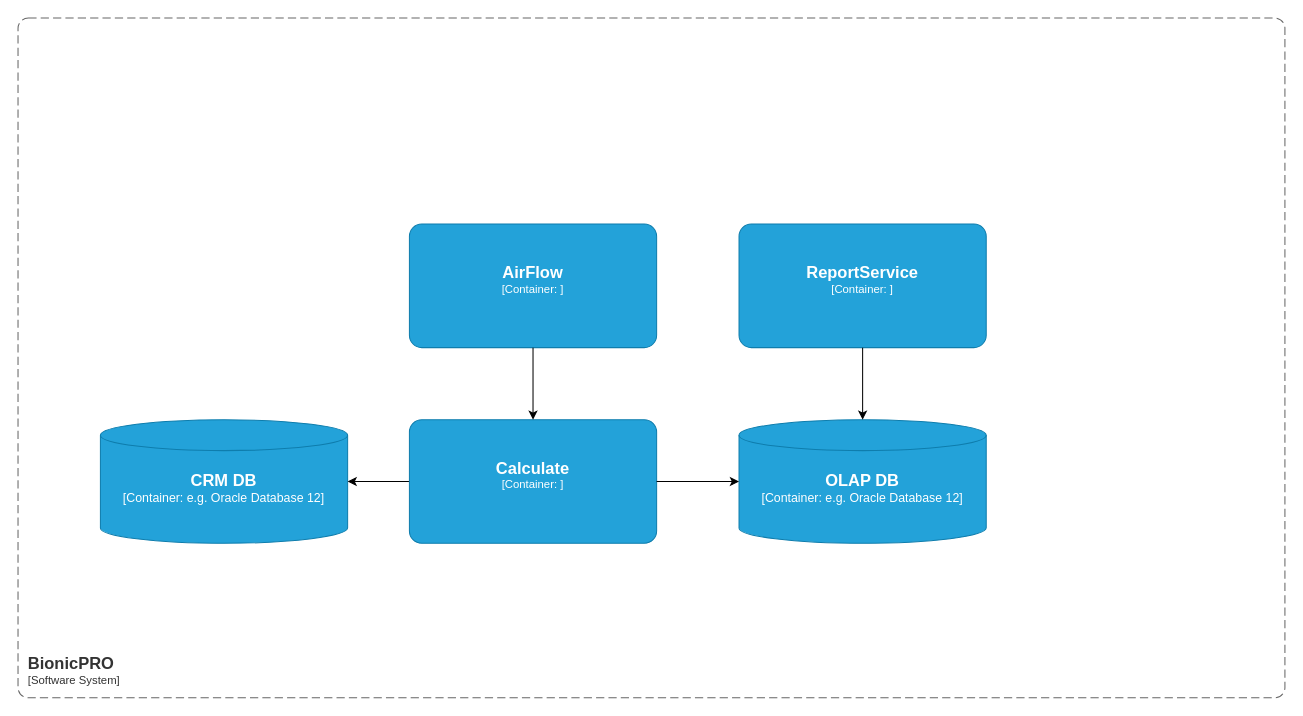
Before: task2/olap.drawio in OlgaLotka/architecture-bionicpro, a draw.io diagram. Source tidied: cells renumbered, new cells numbered last; positions are measured from the earlier drawing's top-left corner, leaving out a move shared by most shapes. Both pictures are drawn from the tidied source at 103%, with x=0, y=0 at pixel (18, 18).
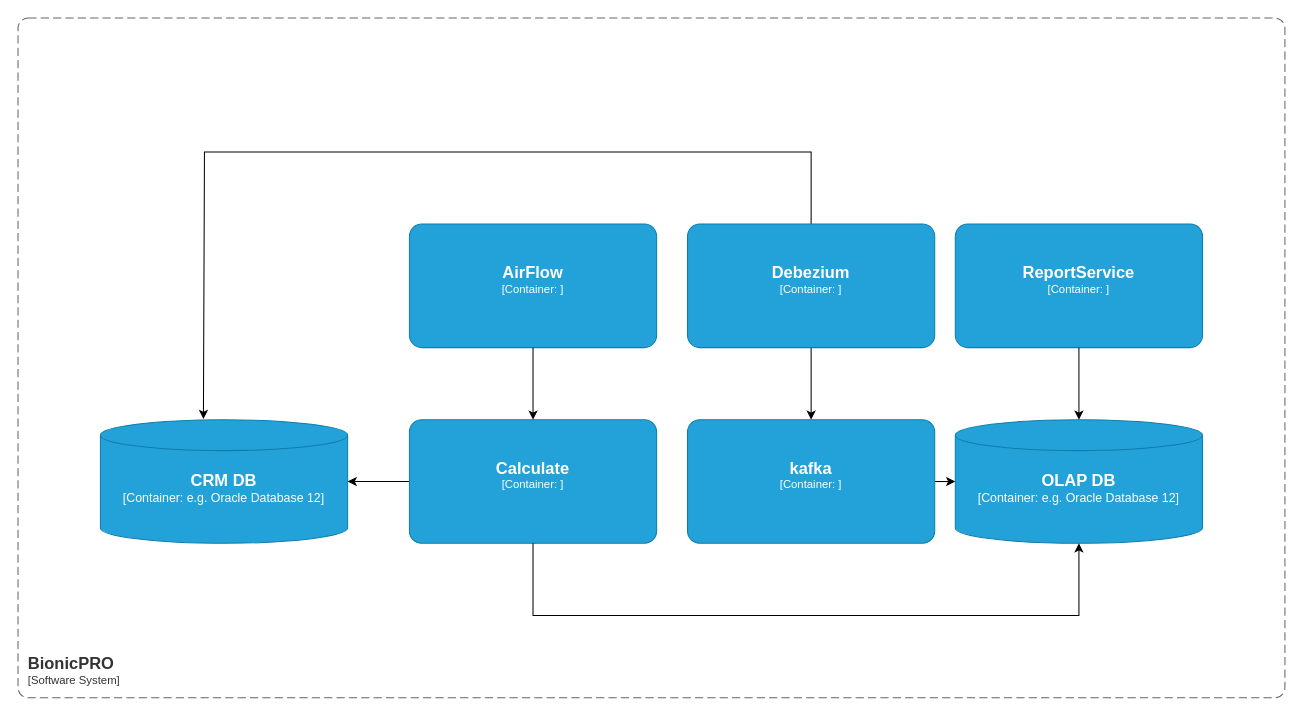
The same page after the edit.

Unchanged cells that the change refers to:
```xml
<object id="5" label="&lt;font style=&quot;font-size: 16px&quot;&gt;&lt;b&gt;%c4Name%&lt;/b&gt;&lt;/font&gt;&lt;div&gt;[%c4Type%: %c4Technology%]&lt;/div&gt;&lt;br&gt;&lt;div&gt;&lt;font style=&quot;font-size: 11px&quot;&gt;&lt;font color=&quot;#E6E6E6&quot;&gt;%c4Description%&lt;/font&gt;&lt;/div&gt;" c4Description="" c4Name="Calculate" c4Technology="" c4Type="Container" placeholders="1">
  <mxCell style="rounded=1;whiteSpace=wrap;html=1;fontSize=11;labelBackgroundColor=none;fillColor=#23A2D9;fontColor=#ffffff;align=center;arcSize=10;strokeColor=#0E7DAD;points=[[0.25,0,0],[0.5,0,0],[0.75,0,0],[1,0.25,0],[1,0.5,0],[1,0.75,0],[0.75,1,0],[0.5,1,0],[0.25,1,0],[0,0.75,0],[0,0.5,0],[0,0.25,0]];" parent="1" vertex="1">
    <mxGeometry x="380" y="390" width="240" height="120" as="geometry" />
  </mxCell>
</object>
```

Change to the diagram source:
```diff
@@
     <object id="7" label="&lt;font style=&quot;font-size: 16px&quot;&gt;&lt;b&gt;%c4Name%&lt;/b&gt;&lt;/font&gt;&lt;div&gt;[%c4Type%:&amp;nbsp;%c4Technology%]&lt;/div&gt;&lt;br&gt;&lt;div&gt;&lt;font style=&quot;font-size: 11px&quot;&gt;&lt;font color=&quot;#E6E6E6&quot;&gt;%c4Description%&lt;/font&gt;&lt;/div&gt;" c4Description="" c4Name="OLAP DB" c4Technology="e.g. Oracle Database 12" c4Type="Container" placeholders="1">
       <mxCell style="shape=cylinder3;size=15;whiteSpace=wrap;html=1;boundedLbl=1;rounded=0;labelBackgroundColor=none;fillColor=#23A2D9;fontSize=12;fontColor=#ffffff;align=center;strokeColor=#0E7DAD;points=[[0.5,0,0],[1,0.25,0],[1,0.5,0],[1,0.75,0],[0.5,1,0],[0,0.75,0],[0,0.5,0],[0,0.25,0]];" parent="1" vertex="1">
-        <mxGeometry x="700" y="390" width="240" height="120" as="geometry" />
+        <mxGeometry x="910" y="390" width="240" height="120" as="geometry" />
       </mxCell>
     </object>
     <object id="8" label="&lt;font style=&quot;font-size: 16px&quot;&gt;&lt;b&gt;%c4Name%&lt;/b&gt;&lt;/font&gt;&lt;div&gt;[%c4Type%: %c4Technology%]&lt;/div&gt;&lt;br&gt;&lt;div&gt;&lt;font style=&quot;font-size: 11px&quot;&gt;&lt;font color=&quot;#E6E6E6&quot;&gt;%c4Description%&lt;/font&gt;&lt;/div&gt;" c4Description="" c4Name="ReportService" c4Technology="" c4Type="Container" placeholders="1">
       <mxCell style="rounded=1;whiteSpace=wrap;html=1;fontSize=11;labelBackgroundColor=none;fillColor=#23A2D9;fontColor=#ffffff;align=center;arcSize=10;strokeColor=#0E7DAD;points=[[0.25,0,0],[0.5,0,0],[0.75,0,0],[1,0.25,0],[1,0.5,0],[1,0.75,0],[0.75,1,0],[0.5,1,0],[0.25,1,0],[0,0.75,0],[0,0.5,0],[0,0.25,0]];" parent="1" vertex="1">
-        <mxGeometry x="700" y="200" width="240" height="120" as="geometry" />
+        <mxGeometry x="910" y="200" width="240" height="120" as="geometry" />
       </mxCell>
     </object>
@@
-    <mxCell id="11" style="edgeStyle=orthogonalEdgeStyle;rounded=0;jettySize=auto;html=1;entryX=0;entryY=0.5;entryDx=0;entryDy=0;entryPerimeter=0;" parent="1" edge="1" source="5" target="7">
-      <mxGeometry relative="1" as="geometry" />
+    <mxCell id="11" style="edgeStyle=orthogonalEdgeStyle;rounded=0;jettySize=auto;html=1;entryX=0.5;entryY=1;entryDx=0;entryDy=0;entryPerimeter=0;exitX=0.5;exitY=1;exitDx=0;exitDy=0;exitPerimeter=0;" parent="1" edge="1" source="5" target="7">
+      <mxGeometry relative="1" as="geometry">
+        <Array as="points">
+          <mxPoint x="500" y="580" />
+          <mxPoint x="1030" y="580" />
+        </Array>
+      </mxGeometry>
     </mxCell>
+    <mxCell id="12" style="edgeStyle=orthogonalEdgeStyle;rounded=0;jettySize=auto;html=1;" parent="1" edge="1" source="14" target="16">
+      <mxGeometry relative="1" as="geometry" />
+    </mxCell>
+    <mxCell id="13" style="edgeStyle=orthogonalEdgeStyle;rounded=0;jettySize=auto;html=1;" parent="1" edge="1" source="14">
+      <mxGeometry relative="1" as="geometry">
+        <mxPoint x="180" y="389.3" as="targetPoint" />
+        <Array as="points">
+          <mxPoint x="770" y="130" />
+          <mxPoint x="181" y="130" />
+        </Array>
+      </mxGeometry>
+    </mxCell>
+    <object id="14" label="&lt;font style=&quot;font-size: 16px&quot;&gt;&lt;b&gt;%c4Name%&lt;/b&gt;&lt;/font&gt;&lt;div&gt;[%c4Type%: %c4Technology%]&lt;/div&gt;&lt;br&gt;&lt;div&gt;&lt;font style=&quot;font-size: 11px&quot;&gt;&lt;font color=&quot;#E6E6E6&quot;&gt;%c4Description%&lt;/font&gt;&lt;/div&gt;" c4Description="" c4Name="Debezium" c4Technology="" c4Type="Container" placeholders="1">
+      <mxCell style="rounded=1;whiteSpace=wrap;html=1;fontSize=11;labelBackgroundColor=none;fillColor=#23A2D9;fontColor=#ffffff;align=center;arcSize=10;strokeColor=#0E7DAD;points=[[0.25,0,0],[0.5,0,0],[0.75,0,0],[1,0.25,0],[1,0.5,0],[1,0.75,0],[0.75,1,0],[0.5,1,0],[0.25,1,0],[0,0.75,0],[0,0.5,0],[0,0.25,0]];" parent="1" vertex="1">
+        <mxGeometry x="650" y="200" width="240" height="120" as="geometry" />
+      </mxCell>
+    </object>
+    <mxCell id="15" style="edgeStyle=orthogonalEdgeStyle;rounded=0;jettySize=auto;html=1;exitX=1;exitY=0.5;exitDx=0;exitDy=0;exitPerimeter=0;" parent="1" edge="1" source="16">
+      <mxGeometry relative="1" as="geometry">
+        <mxPoint x="910" y="450" as="targetPoint" />
+      </mxGeometry>
+    </mxCell>
+    <object id="16" label="&lt;font style=&quot;font-size: 16px&quot;&gt;&lt;b&gt;%c4Name%&lt;/b&gt;&lt;/font&gt;&lt;div&gt;[%c4Type%: %c4Technology%]&lt;/div&gt;&lt;br&gt;&lt;div&gt;&lt;font style=&quot;font-size: 11px&quot;&gt;&lt;font color=&quot;#E6E6E6&quot;&gt;%c4Description%&lt;/font&gt;&lt;/div&gt;" c4Description="" c4Name="kafka" c4Technology="" c4Type="Container" placeholders="1">
+      <mxCell style="rounded=1;whiteSpace=wrap;html=1;fontSize=11;labelBackgroundColor=none;fillColor=#23A2D9;fontColor=#ffffff;align=center;arcSize=10;strokeColor=#0E7DAD;points=[[0.25,0,0],[0.5,0,0],[0.75,0,0],[1,0.25,0],[1,0.5,0],[1,0.75,0],[0.75,1,0],[0.5,1,0],[0.25,1,0],[0,0.75,0],[0,0.5,0],[0,0.25,0]];" parent="1" vertex="1">
+        <mxGeometry x="650" y="390" width="240" height="120" as="geometry" />
+      </mxCell>
+    </object>
```
